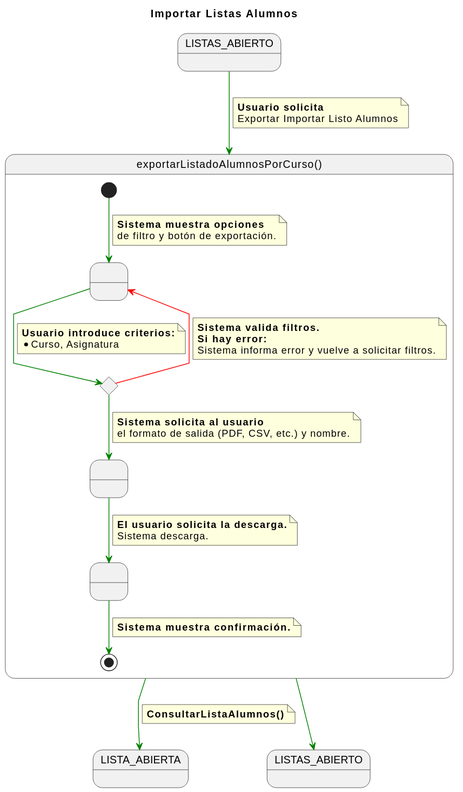
Earlier version of the PlantUML export documents/CasosDeUso/DetalladoCasosDeUso/Secretaria/importarListasAlumnos.svg (enmabry/25-26-IdSw1-SdR).
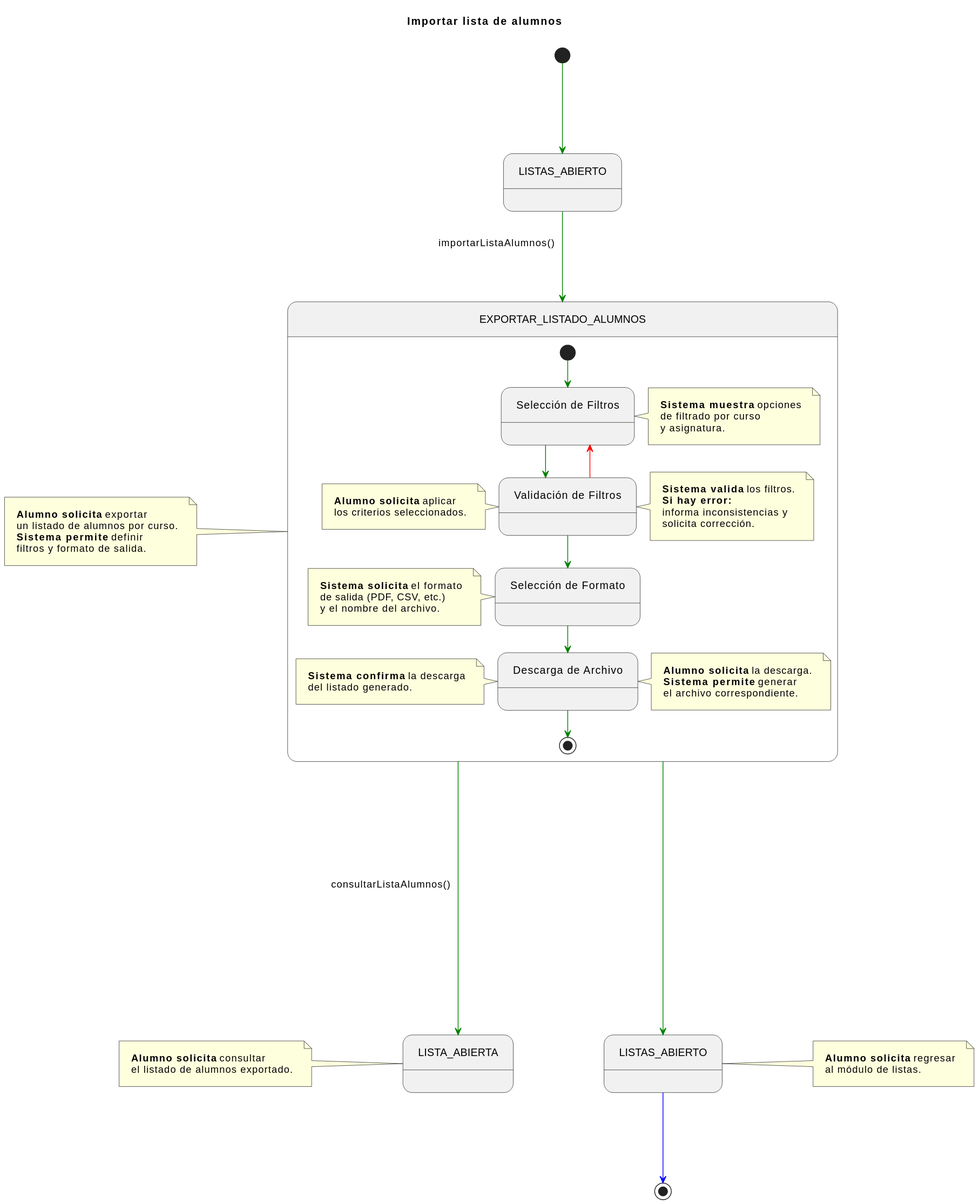
Above is the later version.

Change to the diagram source:
```diff
@@ -1,68 +1,100 @@
 @startuml
-title Importar Listas Alumnos
+title Importar lista de alumnos
 
-skinparam linetype polyline
 
-state startState as "LISTAS_ABIERTO"
-state endState1 as "LISTA_ABIERTA"
-state endState2 as "LISTAS_ABIERTO"
+skinparam nodesep 120
+skinparam ranksep 120
+skinparam linetype ortho
+skinparam Padding 10
 
-startState -[#green]-> exportarListadoAlumnosPorCurso
-note on link
-    <b>Usuario solicita</b>
-    Exportar Importar Listo Alumnos
+state LISTAS_ABIERTO_INICIAL   as "LISTAS_ABIERTO"
+state EXPORTAR_LISTADO_COMP   as "EXPORTAR_LISTADO_ALUMNOS"
+state LISTA_ABIERTA_FINAL     as "LISTA_ABIERTA"
+state LISTAS_ABIERTO_FINAL    as "LISTAS_ABIERTO"
+
+[*] -[#green]-> LISTAS_ABIERTO_INICIAL
+
+LISTAS_ABIERTO_INICIAL -[#green]-> EXPORTAR_LISTADO_COMP : importarListaAlumnos()
+
+note left of EXPORTAR_LISTADO_COMP
+    <b>Alumno solicita</b> exportar
+    un listado de alumnos por curso.
+    <b>Sistema permite</b> definir
+    filtros y formato de salida.
 end note
 
-state exportarListadoAlumnosPorCurso as "exportarListadoAlumnosPorCurso()" {
-    state SolicitudFiltros as " "
-    state ValidarFiltros <<choice>>
-    state SeleccionFormato as " "
-    state Descarga as " "
+
+state EXPORTAR_LISTADO_COMP {
+
+    state SolicitudFiltros   as "Selección de Filtros"
+    state ValidarFiltros     as "Validación de Filtros"
+    state SeleccionFormato   as "Selección de Formato"
+    state Descarga           as "Descarga de Archivo"
 
     [*] -[#green]-> SolicitudFiltros
-    note on link
-        <b>Sistema muestra opciones</b>
-        de filtro y botón de exportación.
+
+    note right of SolicitudFiltros
+        <b>Sistema muestra</b> opciones
+        de filtrado por curso
+        y asignatura.
     end note
 
     SolicitudFiltros -[#green]-> ValidarFiltros
-    note on link
-        <b>Usuario introduce criterios:</b>
-        * Curso, Asignatura
+
+    note left of ValidarFiltros
+        <b>Alumno solicita</b> aplicar
+        los criterios seleccionados.
     end note
 
     ValidarFiltros -[#red]-> SolicitudFiltros
-    note on link
-        <b>Sistema valida filtros.</b>
+
+    note right of ValidarFiltros
+        <b>Sistema valida</b> los filtros.
         <b>Si hay error:</b>
-        Sistema informa error y vuelve a solicitar filtros.
+        informa inconsistencias y
+        solicita corrección.
     end note
 
     ValidarFiltros -[#green]-> SeleccionFormato
 
-    note on link
-        <b>Sistema solicita al usuario</b>
-        el formato de salida (PDF, CSV, etc.) y nombre.
+    note left of SeleccionFormato
+        <b>Sistema solicita</b> el formato
+        de salida (PDF, CSV, etc.)
+        y el nombre del archivo.
     end note
 
     SeleccionFormato -[#green]-> Descarga
 
-    note on link
-        <b>El usuario solicita la descarga.</b>
-        Sistema descarga.
+    note right of Descarga
+        <b>Alumno solicita</b> la descarga.
+        <b>Sistema permite</b> generar
+        el archivo correspondiente.
     end note
 
     Descarga -[#green]-> [*]
-    note on link
-        <b>Sistema muestra confirmación.</b>
+
+    note left of Descarga
+        <b>Sistema confirma</b> la descarga
+        del listado generado.
     end note
 }
 
 
-exportarListadoAlumnosPorCurso -[#green]-> endState1
-note on link
-    <b>ConsultarListaAlumnos()</b>
+EXPORTAR_LISTADO_COMP -[#green]---> LISTA_ABIERTA_FINAL : consultarListaAlumnos()
+
+note left of LISTA_ABIERTA_FINAL
+    <b>Alumno solicita</b> consultar
+    el listado de alumnos exportado.
 end note
 
-exportarListadoAlumnosPorCurso -[#green]-> endState2
+
+EXPORTAR_LISTADO_COMP -[#green]---> LISTAS_ABIERTO_FINAL
+
+note right of LISTAS_ABIERTO_FINAL
+    <b>Alumno solicita</b> regresar
+    al módulo de listas.
+end note
+
+
+LISTAS_ABIERTO_FINAL -[#blue]-> [*]
 @enduml
```
